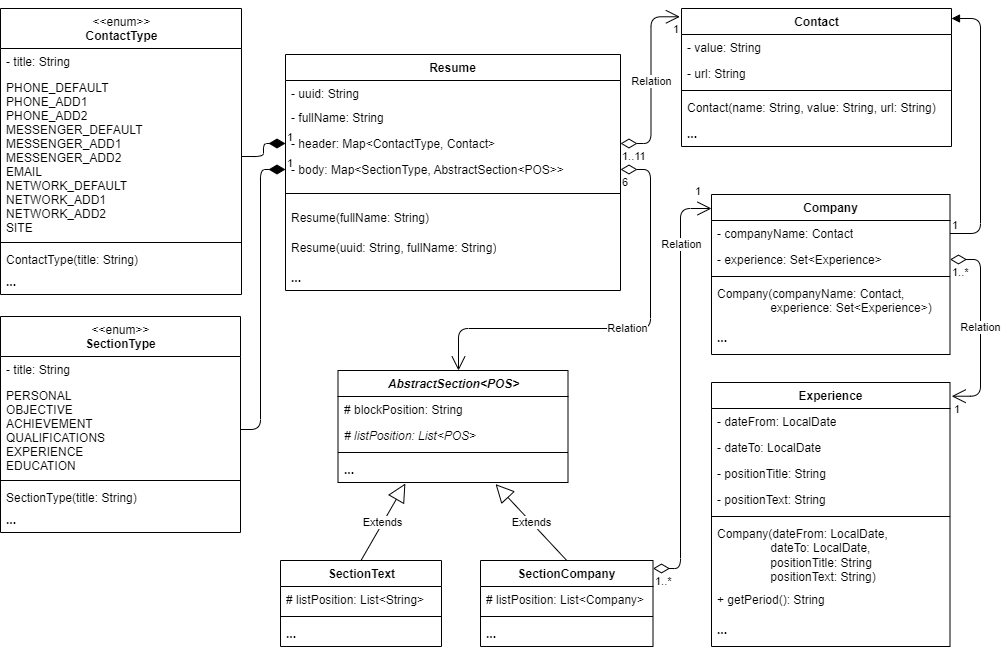
The draw.io diagram Resource/ModelResume.png in Random280921/basejava, before a commit. Source tidied: cells renumbered, new cells last; positions are measured from the earlier drawing's top-left corner, leaving out a move shared by most shapes.
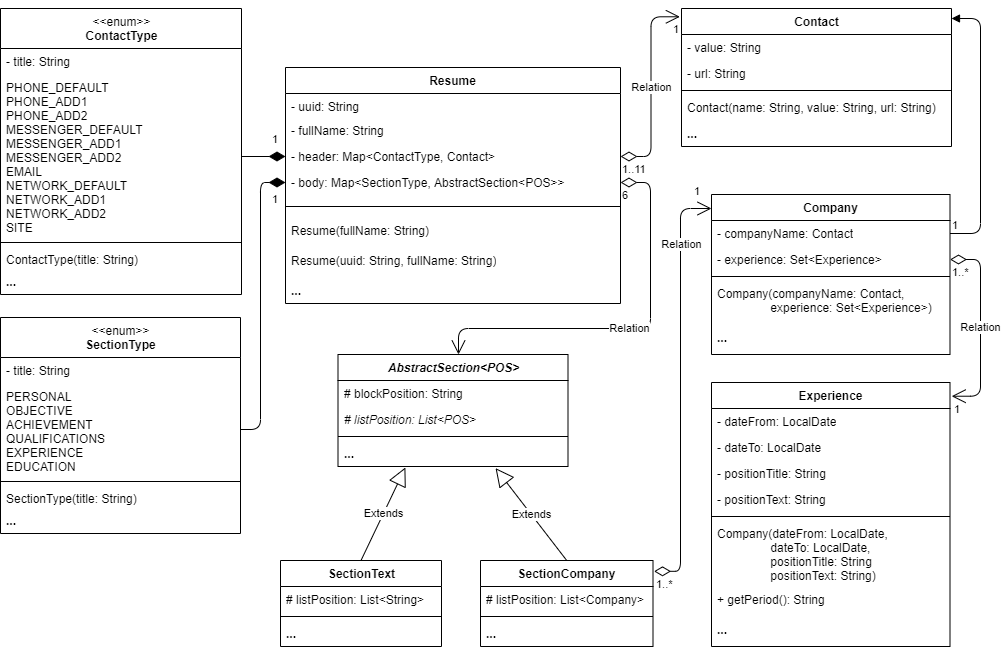
Above is the later version.

Commit message:
Урок 7: ДЗ - Resume Model Diagram доработка 2

What changed in the source:
```diff
@@ -3,7 +3,7 @@
     <mxCell id="0" />
     <mxCell id="1" parent="0" />
     <mxCell id="2" value="Resume" style="swimlane;fontStyle=1;align=center;verticalAlign=top;horizontal=1;startSize=26;" parent="1" vertex="1">
-      <mxGeometry x="285" y="46" width="335" height="236" as="geometry" />
+      <mxGeometry x="285" y="59" width="335" height="236" as="geometry" />
     </mxCell>
     <mxCell id="3" value="- uuid: String&#10;&#10;" style="text;strokeColor=none;fillColor=none;align=left;verticalAlign=top;spacingLeft=4;spacingRight=4;overflow=hidden;" parent="2" vertex="1">
       <mxGeometry y="26" width="335" height="24" as="geometry" />
@@ -57,7 +57,7 @@
       <mxGeometry y="260" width="241" height="26" as="geometry" />
     </mxCell>
     <mxCell id="20" value="&lt;span style=&quot;font-weight: normal&quot;&gt;&amp;lt;&amp;lt;enum&amp;gt;&amp;gt;&lt;/span&gt;&lt;br&gt;SectionType" style="swimlane;fontStyle=1;align=center;verticalAlign=top;horizontal=1;startSize=40;html=1;" parent="1" vertex="1">
-      <mxGeometry y="308" width="240" height="216" as="geometry" />
+      <mxGeometry y="309" width="240" height="216" as="geometry" />
     </mxCell>
     <mxCell id="21" value="- title: String" style="text;strokeColor=none;fillColor=none;align=left;verticalAlign=top;spacingLeft=4;spacingRight=4;overflow=hidden;" parent="20" vertex="1">
       <mxGeometry y="40" width="240" height="26" as="geometry" />
@@ -75,20 +75,20 @@
       <mxGeometry y="190" width="240" height="26" as="geometry" />
     </mxCell>
     <mxCell id="26" value="1" style="endArrow=none;html=1;endSize=12;startArrow=diamondThin;startSize=14;startFill=1;edgeStyle=orthogonalEdgeStyle;align=left;verticalAlign=bottom;rounded=1;strokeColor=default;strokeWidth=1;exitX=0;exitY=0.5;exitDx=0;exitDy=0;endFill=0;" parent="1" edge="1" source="6" target="22">
-      <mxGeometry x="-1" y="3" relative="1" as="geometry">
+      <mxGeometry x="-0.65" y="10" relative="1" as="geometry">
         <Array as="points">
-          <mxPoint x="260" y="161" />
+          <mxPoint x="260" y="174" />
           <mxPoint x="260" y="421" />
         </Array>
       </mxGeometry>
     </mxCell>
     <mxCell id="27" value="1" style="endArrow=none;html=1;endSize=12;startArrow=diamondThin;startSize=14;startFill=1;edgeStyle=orthogonalEdgeStyle;align=left;verticalAlign=bottom;rounded=1;strokeColor=default;strokeWidth=1;exitX=0;exitY=0.5;exitDx=0;exitDy=0;entryX=1;entryY=0.5;entryDx=0;entryDy=0;endFill=0;" parent="1" edge="1" source="5" target="16">
-      <mxGeometry x="-1" y="3" relative="1" as="geometry" />
+      <mxGeometry x="-0.32" y="-8" relative="1" as="geometry" />
     </mxCell>
     <mxCell id="28" value="Relation" style="endArrow=open;html=1;endSize=12;startArrow=diamondThin;startSize=14;startFill=0;edgeStyle=orthogonalEdgeStyle;rounded=1;strokeColor=default;strokeWidth=1;exitX=1;exitY=0.5;exitDx=0;exitDy=0;" parent="1" edge="1" source="6" target="41">
       <mxGeometry relative="1" as="geometry">
         <Array as="points">
-          <mxPoint x="650" y="161" />
+          <mxPoint x="650" y="174" />
           <mxPoint x="650" y="320" />
           <mxPoint x="458" y="320" />
         </Array>
@@ -131,7 +131,7 @@
       <mxGeometry y="60" width="161" height="26" as="geometry" />
     </mxCell>
     <mxCell id="41" value="&lt;i&gt;AbstractSection&amp;lt;POS&amp;gt;&lt;/i&gt;" style="swimlane;fontStyle=1;align=center;verticalAlign=top;horizontal=1;startSize=26;strokeColor=default;html=1;" parent="1" vertex="1">
-      <mxGeometry x="337.5" y="362" width="230" height="112" as="geometry" />
+      <mxGeometry x="337.5" y="346" width="230" height="112" as="geometry" />
     </mxCell>
     <mxCell id="42" value="# blockPosition: String" style="text;strokeColor=none;fillColor=none;align=left;verticalAlign=top;spacingLeft=4;spacingRight=4;overflow=hidden;html=1;" parent="41" vertex="1">
       <mxGeometry y="26" width="230" height="26" as="geometry" />
@@ -186,10 +186,10 @@
     <mxCell id="57" value="1" style="edgeLabel;html=1;align=left;verticalAlign=bottom;strokeColor=default;" parent="56" vertex="1">
       <mxGeometry x="-1" relative="1" as="geometry" />
     </mxCell>
-    <mxCell id="58" value="Relation" style="endArrow=open;html=1;endSize=12;startArrow=diamondThin;startSize=14;startFill=0;edgeStyle=orthogonalEdgeStyle;rounded=1;strokeColor=default;strokeWidth=1;" parent="1" edge="1" source="46" target="50">
+    <mxCell id="58" value="Relation" style="endArrow=open;html=1;endSize=12;startArrow=diamondThin;startSize=14;startFill=0;edgeStyle=orthogonalEdgeStyle;rounded=1;strokeColor=default;strokeWidth=1;exitX=1.006;exitY=0.126;exitDx=0;exitDy=0;exitPerimeter=0;" parent="1" edge="1" source="46" target="50">
       <mxGeometry x="0.68" relative="1" as="geometry">
         <Array as="points">
-          <mxPoint x="680" y="560" />
+          <mxPoint x="680" y="563" />
           <mxPoint x="680" y="200" />
         </Array>
         <mxPoint x="1" as="offset" />
```
